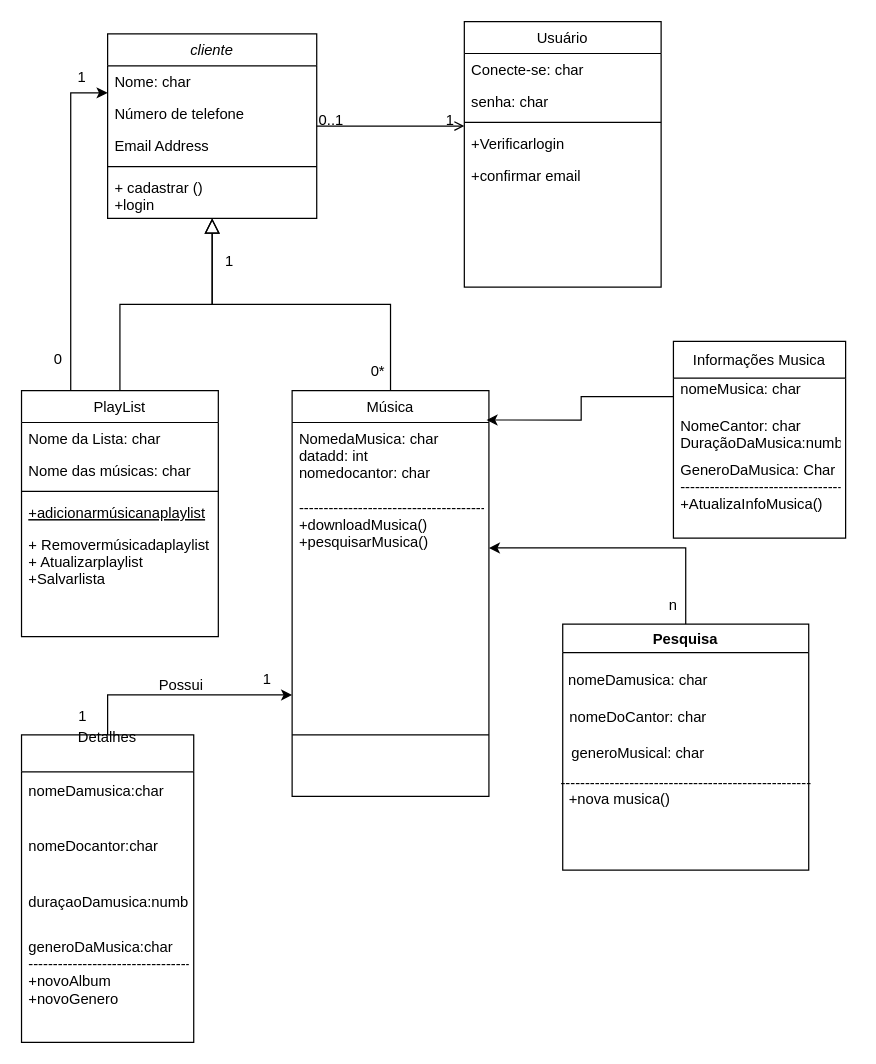
JonFrontEnd/JonFrontEnd keeps this draw.io diagram as page "Page-1" (1 of 2) of Untitled Diagram.drawio. Above is the earlier version. Source tidied: cells renumbered, new cells numbered last; positions are measured from the earlier drawing's top-left corner, leaving out a move shared by most shapes. Both pictures are drawn from the tidied source at 123%, with x=0, y=0 at pixel (21, 21).
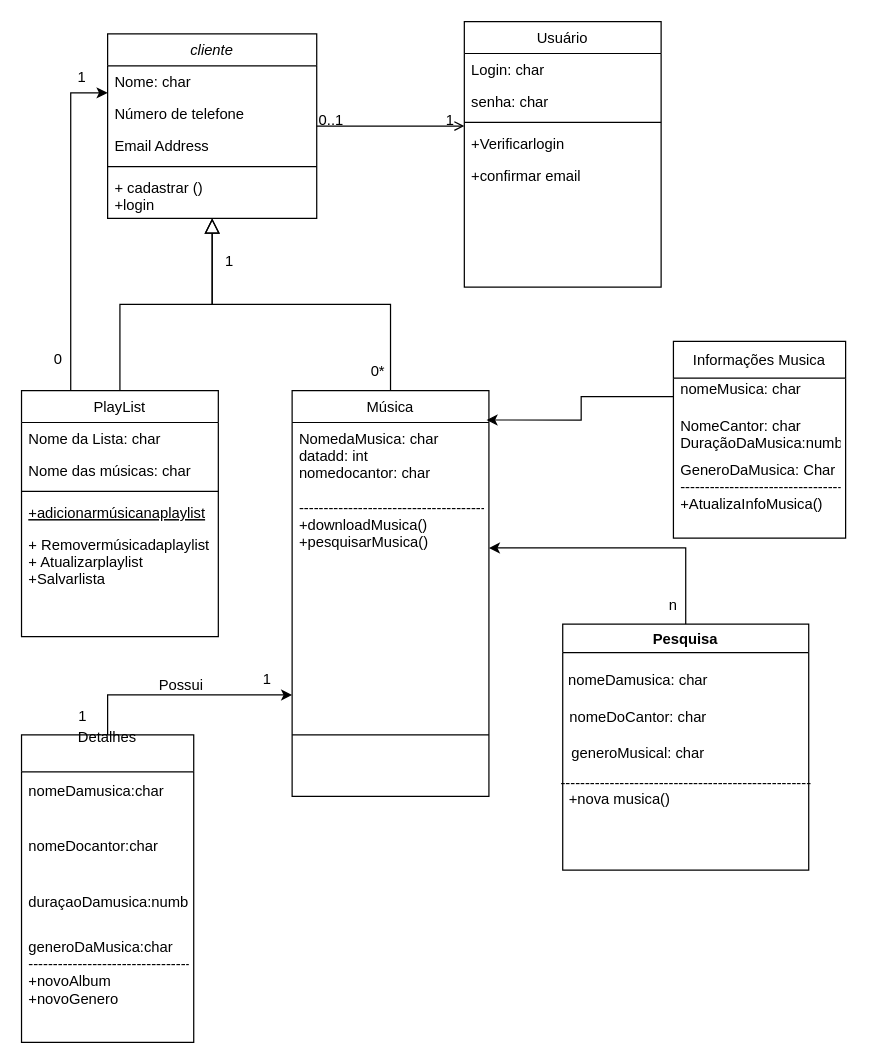
Above is the later version.

Commit message (it also covers changes not shown here):
Modelo Conceitual

The change refers to these unchanged cells:
```xml
<mxCell id="20" value="Usuário" style="swimlane;fontStyle=0;align=center;verticalAlign=top;horizontal=1;startSize=26;rounded=0;shadow=0;strokeWidth=1;" parent="1" vertex="1">
  <mxGeometry x="360" width="160" height="216" as="geometry" />
</mxCell>
```

The edit, as a diff of the source:
```diff
@@
-    <mxCell id="21" value="Conecte-se: char" style="text;align=left;verticalAlign=top;spacingLeft=4;spacingRight=4;overflow=hidden;" parent="20" vertex="1">
+    <mxCell id="21" value="Login: char" style="text;align=left;verticalAlign=top;spacingLeft=4;spacingRight=4;overflow=hidden;" parent="20" vertex="1">
       <mxGeometry y="26" width="160" height="26" as="geometry" />
     </mxCell>
```
